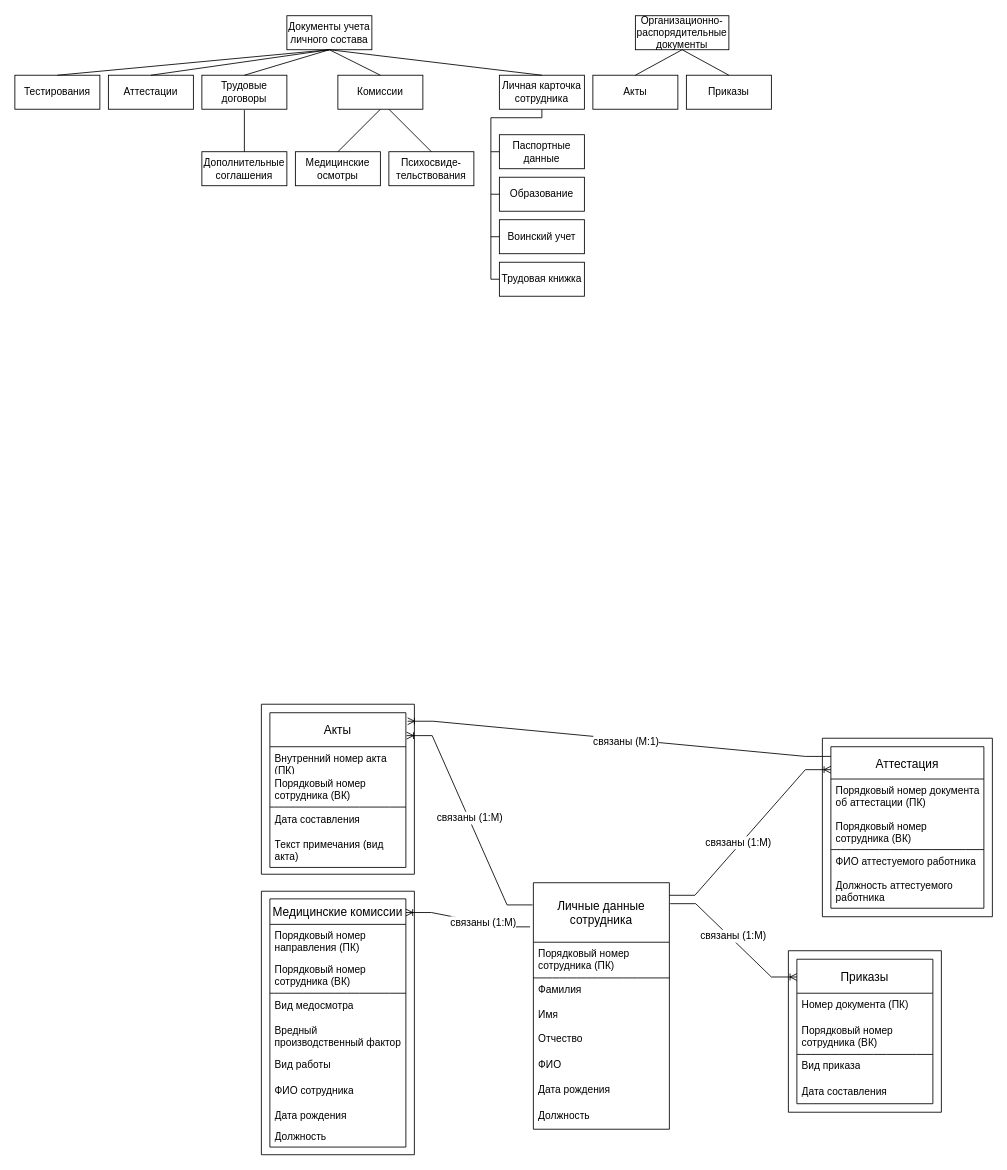
The draw.io diagram Сущностьсвязь.drawio in lyudmilareshetyuk/draw.io, before the edit. Source tidied: cells renumbered, new cells numbered last; positions are measured from the earlier drawing's top-left corner, leaving out a move shared by most shapes. Both pictures are drawn from the tidied source at 85%, with x=0, y=0 at pixel (14, 15).
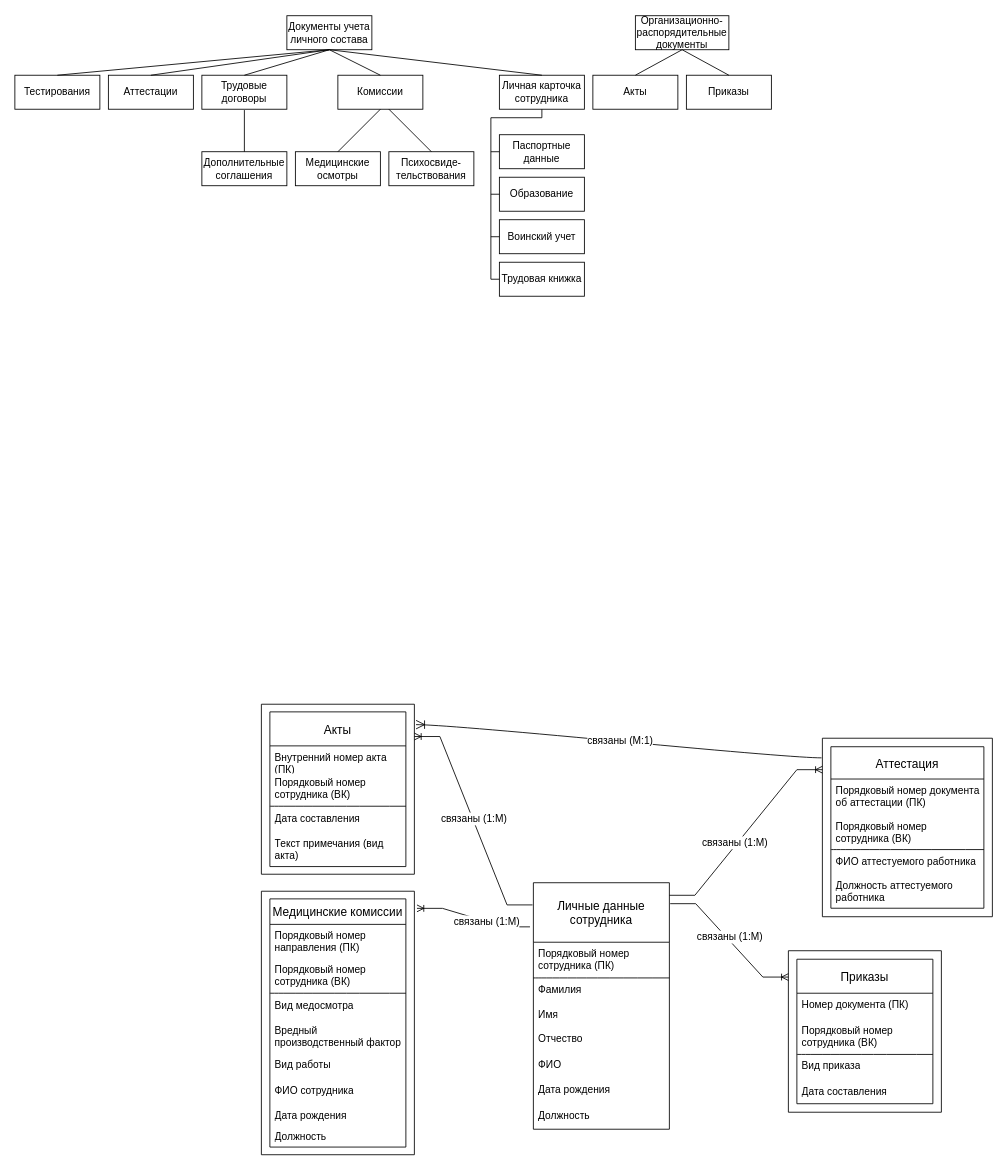
After the change.

Unchanged cells that the change refers to:
```xml
<mxCell id="2" style="verticalLabelPosition=bottom;verticalAlign=top;html=1;shape=mxgraph.basic.rect;fillColor2=none;strokeWidth=1;size=20;indent=5;" parent="1" vertex="1">
  <mxGeometry x="290" y="1030" width="180" height="310" as="geometry" />
</mxCell>
<mxCell id="4" style="verticalLabelPosition=bottom;verticalAlign=top;html=1;shape=mxgraph.basic.rect;fillColor2=none;strokeWidth=1;size=20;indent=5;" parent="1" vertex="1">
  <mxGeometry x="950" y="850" width="200" height="210" as="geometry" />
</mxCell>
<mxCell id="5" style="verticalLabelPosition=bottom;verticalAlign=top;html=1;shape=mxgraph.basic.rect;fillColor2=none;strokeWidth=1;size=20;indent=5;" parent="1" vertex="1">
  <mxGeometry x="290" y="810" width="180" height="200" as="geometry" />
</mxCell>
<mxCell id="39" value="Аттестация" style="swimlane;fontStyle=0;horizontal=1;startSize=38;align=center;fontSize=14;" parent="1" vertex="1">
  <mxGeometry x="960" y="860" width="180" height="190" as="geometry" />
</mxCell>
<mxCell id="45" value="Медицинские комиссии" style="swimlane;fontStyle=0;horizontal=1;startSize=30;align=center;fontSize=14;" parent="1" vertex="1">
  <mxGeometry x="300" y="1039" width="160" height="292" as="geometry" />
</mxCell>
<mxCell id="55" value="Приказы" style="swimlane;fontStyle=0;horizontal=1;startSize=40;align=center;fontSize=14;" parent="1" vertex="1">
  <mxGeometry x="920" y="1110" width="160" height="170" as="geometry" />
</mxCell>
<mxCell id="67" value="Личные данные&#10;сотрудника" style="swimlane;fontStyle=0;horizontal=1;startSize=70;align=center;fontSize=14;" parent="1" vertex="1">
  <mxGeometry x="610" y="1020" width="160" height="290" as="geometry" />
</mxCell>
```

The edit, as a diff of the source:
```diff
@@
     <mxCell id="61" value="Акты" style="swimlane;fontStyle=0;horizontal=1;startSize=40;align=center;fontSize=14;" parent="1" vertex="1">
-      <mxGeometry x="300" y="820" width="160" height="182" as="geometry" />
+      <mxGeometry x="300" y="819" width="160" height="182" as="geometry" />
     </mxCell>
@@
-    <mxCell id="76" style="edgeStyle=entityRelationEdgeStyle;fontSize=12;html=1;endArrow=ERoneToMany;rounded=0;exitX=-0.025;exitY=0.179;exitDx=0;exitDy=0;entryX=1;entryY=0.055;entryDx=0;entryDy=0;entryPerimeter=0;exitPerimeter=0;" parent="1" edge="1" source="67" target="45">
+    <mxCell id="76" style="edgeStyle=entityRelationEdgeStyle;fontSize=12;html=1;endArrow=ERoneToMany;rounded=0;exitX=-0.025;exitY=0.179;exitDx=0;exitDy=0;entryX=1.017;entryY=0.065;entryDx=0;entryDy=0;entryPerimeter=0;exitPerimeter=0;" parent="1" edge="1" source="67" target="2">
       <mxGeometry relative="1" as="geometry" />
     </mxCell>
@@
-    <mxCell id="78" style="edgeStyle=entityRelationEdgeStyle;fontSize=12;html=1;endArrow=ERoneToMany;rounded=0;entryX=0;entryY=0.142;entryDx=0;entryDy=0;entryPerimeter=0;exitX=1;exitY=0.051;exitDx=0;exitDy=0;exitPerimeter=0;" parent="1" edge="1" source="67" target="39">
-      <mxGeometry relative="1" as="geometry" />
+    <mxCell id="78" style="edgeStyle=entityRelationEdgeStyle;fontSize=12;html=1;endArrow=ERoneToMany;rounded=0;exitX=1;exitY=0.051;exitDx=0;exitDy=0;exitPerimeter=0;" parent="1" edge="1" source="67">
+      <mxGeometry relative="1" as="geometry">
+        <mxPoint x="950" y="887" as="targetPoint" />
+      </mxGeometry>
     </mxCell>
@@
-    <mxCell id="80" style="edgeStyle=entityRelationEdgeStyle;fontSize=12;html=1;endArrow=ERoneToMany;rounded=0;entryX=0;entryY=0.123;entryDx=0;entryDy=0;entryPerimeter=0;exitX=1.006;exitY=0.085;exitDx=0;exitDy=0;exitPerimeter=0;" parent="1" edge="1" source="67" target="55">
-      <mxGeometry relative="1" as="geometry" />
+    <mxCell id="80" style="edgeStyle=entityRelationEdgeStyle;fontSize=12;html=1;endArrow=ERoneToMany;rounded=0;exitX=1.006;exitY=0.085;exitDx=0;exitDy=0;exitPerimeter=0;" parent="1" edge="1" source="67">
+      <mxGeometry relative="1" as="geometry">
+        <mxPoint x="910" y="1131" as="targetPoint" />
+      </mxGeometry>
     </mxCell>
@@
-    <mxCell id="82" style="edgeStyle=entityRelationEdgeStyle;fontSize=12;html=1;endArrow=ERoneToMany;rounded=0;entryX=1.006;entryY=0.148;entryDx=0;entryDy=0;entryPerimeter=0;exitX=-0.006;exitY=0.09;exitDx=0;exitDy=0;exitPerimeter=0;" parent="1" edge="1" source="67" target="61">
+    <mxCell id="82" style="edgeStyle=entityRelationEdgeStyle;fontSize=12;html=1;endArrow=ERoneToMany;rounded=0;entryX=1;entryY=0.19;entryDx=0;entryDy=0;entryPerimeter=0;exitX=-0.006;exitY=0.09;exitDx=0;exitDy=0;exitPerimeter=0;" parent="1" edge="1" source="67" target="5">
       <mxGeometry relative="1" as="geometry" />
     </mxCell>
@@
-    <mxCell id="84" style="edgeStyle=entityRelationEdgeStyle;fontSize=12;html=1;endArrow=ERoneToMany;rounded=0;entryX=1.013;entryY=0.055;entryDx=0;entryDy=0;entryPerimeter=0;exitX=0;exitY=0.06;exitDx=0;exitDy=0;exitPerimeter=0;" parent="1" edge="1" source="39" target="61">
-      <mxGeometry relative="1" as="geometry" />
-    </mxCell>
+    <mxCell id="86" style="edgeStyle=entityRelationEdgeStyle;fontSize=12;html=1;endArrow=ERoneToMany;rounded=0;startSize=8;endSize=8;curved=1;exitX=-0.005;exitY=0.11;exitDx=0;exitDy=0;exitPerimeter=0;entryX=1.011;entryY=0.12;entryDx=0;entryDy=0;entryPerimeter=0;" parent="1" edge="1" source="4" target="5">
+      <mxGeometry relative="1" as="geometry" />
+    </mxCell>
-    <mxCell id="85" value="связаны (М:1)" style="edgeLabel;html=1;align=center;verticalAlign=middle;fontSize=12;" parent="84" vertex="1">
-      <mxGeometry x="-0.03" y="2" relative="1" as="geometry" />
+    <mxCell id="85" value="связаны (М:1)" style="edgeLabel;html=1;align=center;verticalAlign=middle;fontSize=12;" parent="86" vertex="1">
+      <mxGeometry y="-1" relative="1" as="geometry" />
     </mxCell>
```
